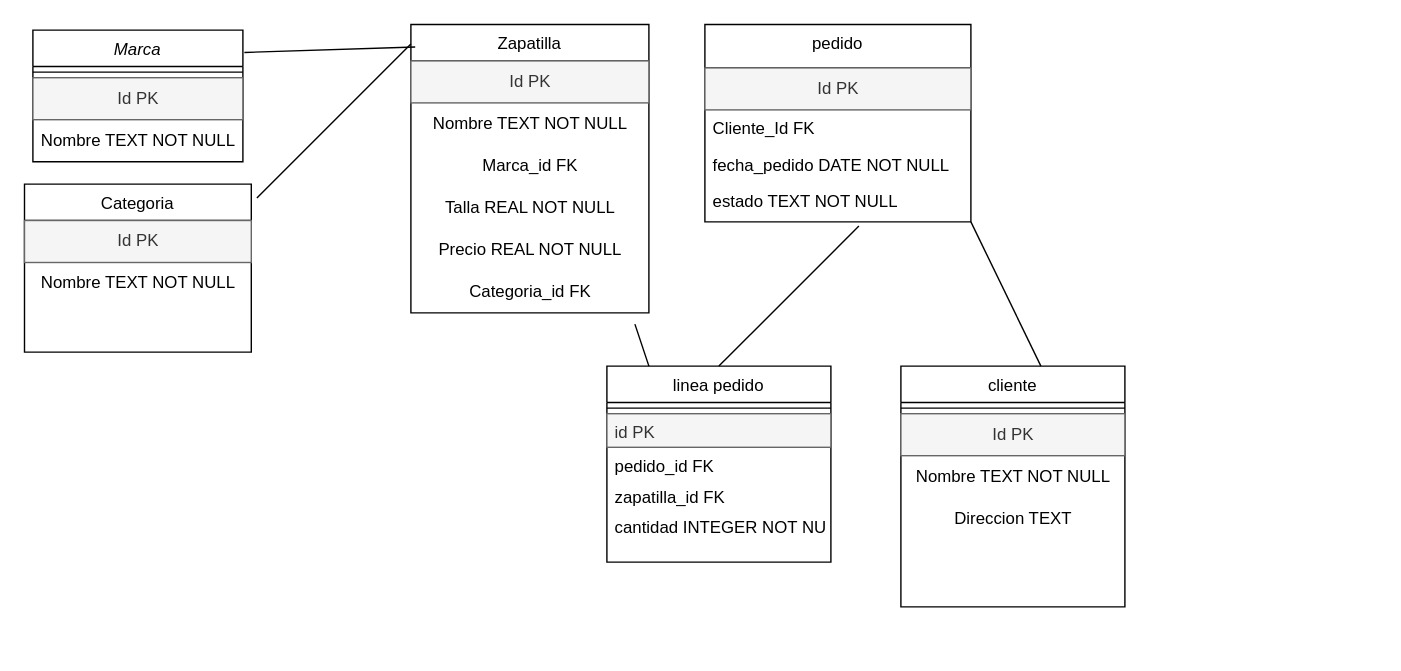
Above: tienda.drawio in ISPCEntregas/ISPC-2023-PROYECTOINTEG (draw.io), before the change. Source tidied: cells renumbered, new cells numbered last; positions are measured from the earlier drawing's top-left corner, leaving out a move shared by most shapes. Both pictures are drawn from the tidied source at 140%, with x=0, y=0 at pixel (24, 24).
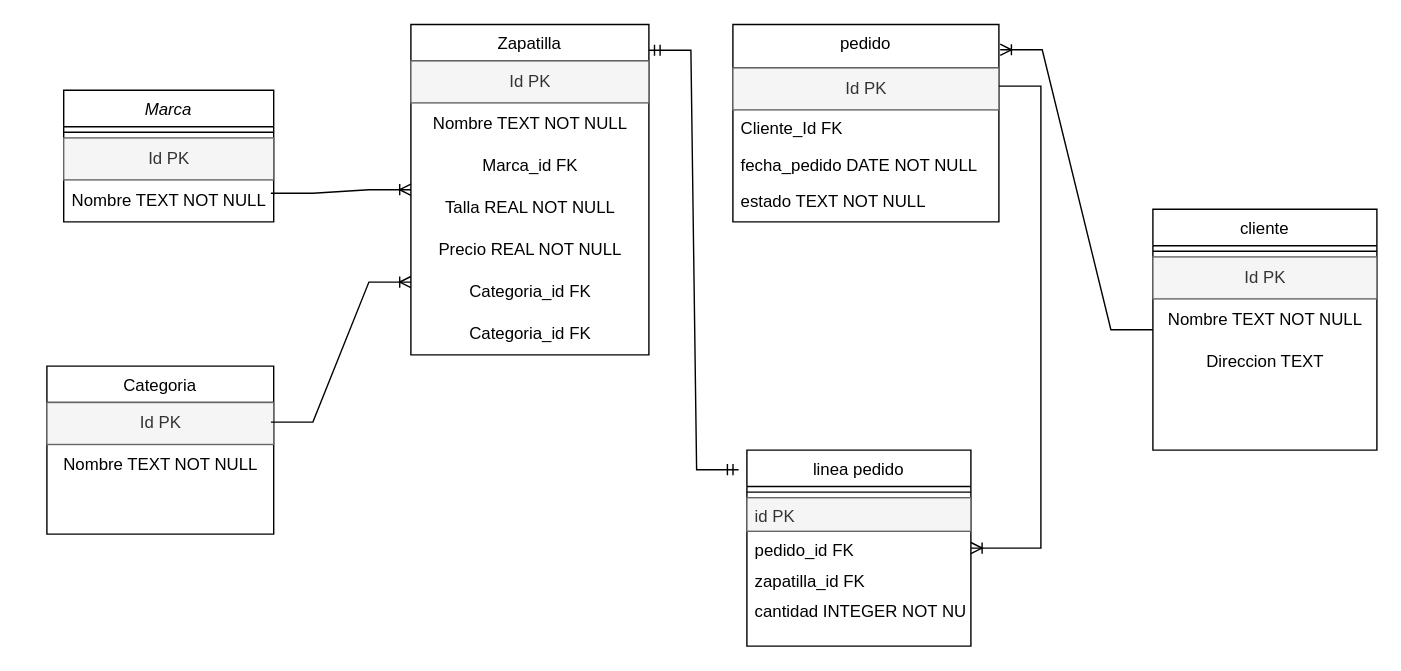
After the change.

Change to the diagram source:
```diff
@@
     <mxCell id="2" value="Marca" style="swimlane;fontStyle=2;align=center;verticalAlign=top;horizontal=1;startSize=26;rounded=0;shadow=0;strokeWidth=1;" parent="1" vertex="1">
-      <mxGeometry x="6" y="4" width="150" height="94" as="geometry" />
+      <mxGeometry x="28" y="47" width="150" height="94" as="geometry" />
     </mxCell>
@@
     <mxCell id="6" value="Zapatilla" style="swimlane;fontStyle=0;align=center;verticalAlign=top;horizontal=1;startSize=26;rounded=0;shadow=0;strokeWidth=1;" parent="1" vertex="1">
-      <mxGeometry x="276" width="170" height="206" as="geometry" />
+      <mxGeometry x="276" width="170" height="236" as="geometry" />
     </mxCell>
@@
+    <mxCell id="37" value="Categoria_id FK" style="text;html=1;align=center;verticalAlign=middle;strokeColor=none;fillColor=none;" parent="6" vertex="1">
+      <mxGeometry y="176" width="170" height="30" as="geometry" />
+    </mxCell>
     <mxCell id="12" value="Categoria_id FK" style="text;html=1;align=center;verticalAlign=middle;strokeColor=none;fillColor=none;" parent="6" vertex="1">
-      <mxGeometry y="176" width="170" height="30" as="geometry" />
+      <mxGeometry y="206" width="170" height="30" as="geometry" />
     </mxCell>
     <mxCell id="13" value="pedido" style="swimlane;fontStyle=0;align=center;verticalAlign=top;horizontal=1;startSize=31;rounded=0;shadow=0;strokeWidth=1;" parent="1" vertex="1">
-      <mxGeometry x="486" width="190" height="141" as="geometry" />
+      <mxGeometry x="506" width="190" height="141" as="geometry" />
     </mxCell>
@@
     <mxCell id="18" value="linea pedido" style="swimlane;fontStyle=0;align=center;verticalAlign=top;horizontal=1;startSize=26;rounded=0;shadow=0;strokeWidth=1;" parent="1" vertex="1">
-      <mxGeometry x="416" y="244" width="160" height="140" as="geometry" />
+      <mxGeometry x="516" y="304" width="160" height="140" as="geometry" />
     </mxCell>
+    <mxCell id="38" style="edgeStyle=entityRelationEdgeStyle;fontSize=12;html=1;endArrow=ERoneToMany;rounded=0;" parent="18" edge="1" target="18">
+      <mxGeometry relative="1" as="geometry">
+        <mxPoint x="180" y="-260" as="sourcePoint" />
+        <Array as="points">
+          <mxPoint x="-223" y="7" />
+          <mxPoint x="-30" y="31" />
+          <mxPoint x="190" y="-30" />
+        </Array>
+      </mxGeometry>
+    </mxCell>
@@
     <mxCell id="24" value="Categoria" style="swimlane;fontStyle=0;align=center;verticalAlign=top;horizontal=1;startSize=26;rounded=0;shadow=0;strokeWidth=1;" parent="1" vertex="1">
-      <mxGeometry y="114" width="162" height="120" as="geometry" />
+      <mxGeometry x="16" y="244" width="162" height="120" as="geometry" />
     </mxCell>
@@
-    <mxCell id="27" style="endArrow=none;html=1;rounded=0;entryX=0.018;entryY=0.078;entryDx=0;entryDy=0;entryPerimeter=0;exitX=1.007;exitY=0.17;exitDx=0;exitDy=0;exitPerimeter=0;" parent="1" edge="1" source="2" target="6">
-      <mxGeometry relative="1" as="geometry" />
-    </mxCell>
-    <mxCell id="28" style="endArrow=none;html=1;rounded=0;" parent="1" edge="1">
-      <mxGeometry relative="1" as="geometry">
-        <mxPoint x="166" y="124" as="sourcePoint" />
-        <mxPoint x="276" y="14" as="targetPoint" />
-      </mxGeometry>
-    </mxCell>
     <mxCell id="29" value="cliente" style="swimlane;fontStyle=0;align=center;verticalAlign=top;horizontal=1;startSize=26;rounded=0;shadow=0;strokeWidth=1;" parent="1" vertex="1">
-      <mxGeometry x="626" y="244" width="160" height="172" as="geometry" />
+      <mxGeometry x="806" y="132" width="160" height="172" as="geometry" />
     </mxCell>
@@
-    <mxCell id="34" style="endArrow=none;html=1;rounded=0;" parent="1" edge="1">
-      <mxGeometry relative="1" as="geometry">
-        <mxPoint x="726" y="244" as="sourcePoint" />
-        <mxPoint x="676" y="141" as="targetPoint" />
-      </mxGeometry>
-    </mxCell>
-    <mxCell id="35" style="endArrow=none;html=1;rounded=0;" parent="1" edge="1">
-      <mxGeometry relative="1" as="geometry">
-        <mxPoint x="496" y="244" as="sourcePoint" />
-        <mxPoint x="596" y="144" as="targetPoint" />
-      </mxGeometry>
-    </mxCell>
-    <mxCell id="36" style="endArrow=none;html=1;rounded=0;" parent="1" edge="1">
-      <mxGeometry relative="1" as="geometry">
-        <mxPoint x="446" y="244" as="sourcePoint" />
-        <mxPoint x="436" y="214" as="targetPoint" />
-      </mxGeometry>
-    </mxCell>
+    <mxCell id="39" style="edgeStyle=entityRelationEdgeStyle;fontSize=12;html=1;endArrow=ERoneToMany;rounded=0;" parent="1" edge="1" target="6">
+      <mxGeometry relative="1" as="geometry">
+        <mxPoint x="176" y="120.5" as="sourcePoint" />
+      </mxGeometry>
+    </mxCell>
+    <mxCell id="40" style="edgeStyle=entityRelationEdgeStyle;fontSize=12;html=1;endArrow=ERoneToMany;rounded=0;" parent="1" edge="1">
+      <mxGeometry relative="1" as="geometry">
+        <mxPoint x="176" y="284" as="sourcePoint" />
+        <mxPoint x="276" y="184" as="targetPoint" />
+      </mxGeometry>
+    </mxCell>
+    <mxCell id="41" style="edgeStyle=entityRelationEdgeStyle;fontSize=12;html=1;endArrow=ERoneToMany;rounded=0;entryX=1.005;entryY=0.128;entryDx=0;entryDy=0;entryPerimeter=0;" parent="1" edge="1" source="29" target="13">
+      <mxGeometry relative="1" as="geometry">
+        <Array as="points">
+          <mxPoint x="776" y="164" />
+          <mxPoint x="776" y="114" />
+        </Array>
+      </mxGeometry>
+    </mxCell>
+    <mxCell id="42" style="edgeStyle=entityRelationEdgeStyle;fontSize=12;html=1;endArrow=ERmandOne;startArrow=ERmandOne;rounded=0;exitX=1;exitY=0.078;exitDx=0;exitDy=0;exitPerimeter=0;entryX=-0.037;entryY=0.1;entryDx=0;entryDy=0;entryPerimeter=0;" parent="1" edge="1" source="6" target="18">
+      <mxGeometry relative="1" as="geometry">
+        <Array as="points">
+          <mxPoint x="426" y="224" />
+        </Array>
+      </mxGeometry>
+    </mxCell>
```
